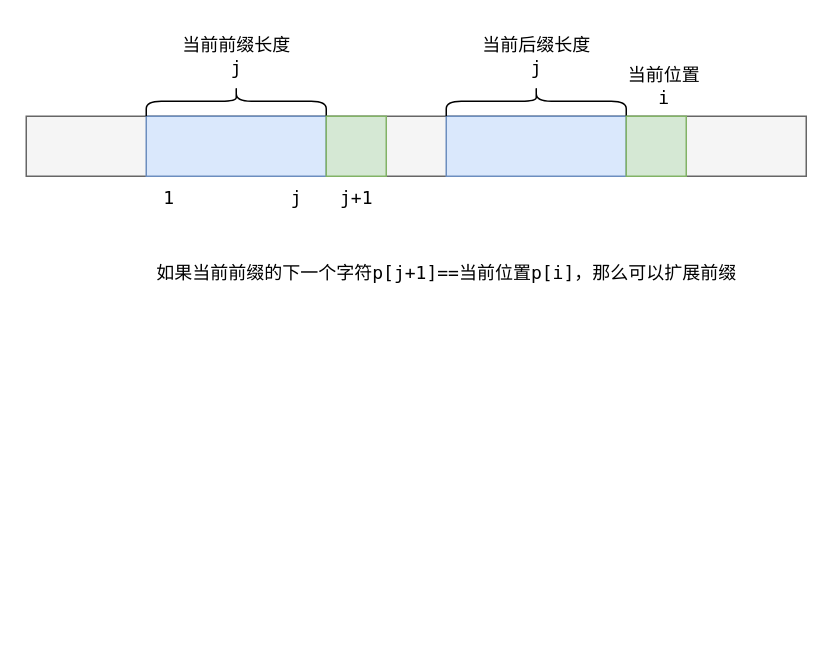
Before: 算法/KMP.drawio in xyshawy/DRAW, a draw.io diagram. Source tidied: cells renumbered, new cells numbered last; positions are measured from the earlier drawing's top-left corner, leaving out a move shared by most shapes. Both pictures are drawn from the tidied source at 150%, with x=0, y=0 at pixel (26, 26).
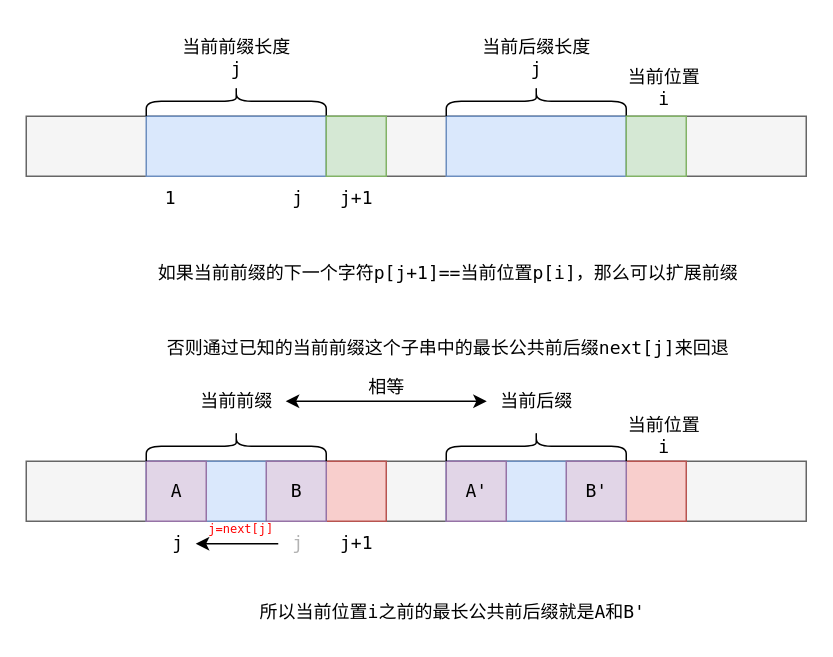
The same page after the edit.

Diff of the diagram source:
```diff
@@
-    <mxCell id="2" style="rounded=0;whiteSpace=wrap;html=1;fillColor=#f5f5f5;fontColor=#333333;strokeColor=#666666;fontFamily=Lucida Console;" parent="1" vertex="1">
+    <mxCell id="2" style="rounded=0;html=1;fillColor=#f5f5f5;fontColor=#333333;strokeColor=#666666;fontFamily=Lucida Console;" parent="1" vertex="1">
       <mxGeometry y="60" width="520" height="40" as="geometry" />
     </mxCell>
-    <mxCell id="3" style="rounded=0;whiteSpace=wrap;html=1;fillColor=#dae8fc;strokeColor=#6c8ebf;fontFamily=Lucida Console;" parent="1" vertex="1">
+    <mxCell id="3" style="rounded=0;html=1;fillColor=#dae8fc;strokeColor=#6c8ebf;fontFamily=Lucida Console;" parent="1" vertex="1">
       <mxGeometry x="80" y="60" width="120" height="40" as="geometry" />
     </mxCell>
-    <mxCell id="4" style="rounded=0;whiteSpace=wrap;html=1;fillColor=#dae8fc;strokeColor=#6c8ebf;fontFamily=Lucida Console;" parent="1" vertex="1">
+    <mxCell id="4" style="rounded=0;html=1;fillColor=#dae8fc;strokeColor=#6c8ebf;fontFamily=Lucida Console;" parent="1" vertex="1">
       <mxGeometry x="280" y="60" width="120" height="40" as="geometry" />
     </mxCell>
     <mxCell id="5" value="当前位置&lt;div&gt;i&lt;/div&gt;" style="text;html=1;align=center;verticalAlign=middle;strokeColor=none;fillColor=none;fontFamily=Lucida Console;" parent="1" vertex="1">
-      <mxGeometry x="390" y="20" width="70" height="40" as="geometry" />
+      <mxGeometry x="392" y="20" width="66" height="41" as="geometry" />
     </mxCell>
-    <mxCell id="6" style="shape=curlyBracket;whiteSpace=wrap;html=1;rounded=1;labelPosition=left;verticalLabelPosition=middle;align=right;verticalAlign=middle;direction=south;fontFamily=Lucida Console;" parent="1" vertex="1">
+    <mxCell id="6" style="shape=curlyBracket;html=1;rounded=1;labelPosition=left;verticalLabelPosition=middle;align=right;verticalAlign=middle;direction=south;fontFamily=Lucida Console;" parent="1" vertex="1">
       <mxGeometry x="80" y="40" width="120" height="20" as="geometry" />
     </mxCell>
-    <mxCell id="7" style="shape=curlyBracket;whiteSpace=wrap;html=1;rounded=1;labelPosition=left;verticalLabelPosition=middle;align=right;verticalAlign=middle;direction=south;fontFamily=Lucida Console;" parent="1" vertex="1">
+    <mxCell id="7" style="shape=curlyBracket;html=1;rounded=1;labelPosition=left;verticalLabelPosition=middle;align=right;verticalAlign=middle;direction=south;fontFamily=Lucida Console;" parent="1" vertex="1">
       <mxGeometry x="280" y="40" width="120" height="20" as="geometry" />
     </mxCell>
     <mxCell id="8" value="当前前缀长度&lt;div&gt;j&lt;/div&gt;" style="text;html=1;align=center;verticalAlign=middle;strokeColor=none;fillColor=none;fontFamily=Lucida Console;" parent="1" vertex="1">
-      <mxGeometry x="90" width="100" height="40" as="geometry" />
+      <mxGeometry x="95" width="90" height="41" as="geometry" />
     </mxCell>
     <mxCell id="9" value="当前后缀长度&lt;div&gt;j&lt;/div&gt;" style="text;html=1;align=center;verticalAlign=middle;strokeColor=none;fillColor=none;fontFamily=Lucida Console;" parent="1" vertex="1">
-      <mxGeometry x="290" width="100" height="40" as="geometry" />
+      <mxGeometry x="295" width="90" height="41" as="geometry" />
     </mxCell>
     <mxCell id="10" value="1" style="text;html=1;align=center;verticalAlign=middle;strokeColor=none;fillColor=none;fontFamily=Lucida Console;" parent="1" vertex="1">
-      <mxGeometry x="80" y="100" width="30" height="30" as="geometry" />
+      <mxGeometry x="83" y="102" width="25" height="26" as="geometry" />
     </mxCell>
     <mxCell id="11" value="j" style="text;html=1;align=center;verticalAlign=middle;strokeColor=none;fillColor=none;fontFamily=Lucida Console;" parent="1" vertex="1">
-      <mxGeometry x="165" y="100" width="30" height="30" as="geometry" />
+      <mxGeometry x="168" y="102" width="25" height="26" as="geometry" />
     </mxCell>
     <mxCell id="12" value="j+1" style="text;html=1;align=center;verticalAlign=middle;strokeColor=none;fillColor=none;fontFamily=Lucida Console;" parent="1" vertex="1">
-      <mxGeometry x="195" y="100" width="50" height="30" as="geometry" />
+      <mxGeometry x="200" y="102" width="40" height="26" as="geometry" />
     </mxCell>
-    <mxCell id="13" style="rounded=0;whiteSpace=wrap;html=1;fillColor=#d5e8d4;strokeColor=#82b366;fontFamily=Lucida Console;" parent="1" vertex="1">
+    <mxCell id="13" style="rounded=0;html=1;fillColor=#d5e8d4;strokeColor=#82b366;fontFamily=Lucida Console;" parent="1" vertex="1">
       <mxGeometry x="200" y="60" width="40" height="40" as="geometry" />
     </mxCell>
-    <mxCell id="14" style="rounded=0;whiteSpace=wrap;html=1;fillColor=#d5e8d4;strokeColor=#82b366;fontFamily=Lucida Console;" parent="1" vertex="1">
+    <mxCell id="14" style="rounded=0;html=1;fillColor=#d5e8d4;strokeColor=#82b366;fontFamily=Lucida Console;" parent="1" vertex="1">
       <mxGeometry x="400" y="60" width="40" height="40" as="geometry" />
     </mxCell>
     <mxCell id="15" value="如果当前前缀的下一个字符p[j+1]==当前位置p[i]，那么可以扩展前缀" style="text;html=1;align=center;verticalAlign=middle;strokeColor=none;fillColor=none;fontFamily=Lucida Console;" parent="1" vertex="1">
-      <mxGeometry x="75" y="150" width="410" height="30" as="geometry" />
+      <mxGeometry x="78" y="152" width="405" height="26" as="geometry" />
     </mxCell>
+    <mxCell id="16" style="rounded=0;html=1;fillColor=#f5f5f5;fontColor=#333333;strokeColor=#666666;fontFamily=Lucida Console;" parent="1" vertex="1">
+      <mxGeometry y="290" width="520" height="40" as="geometry" />
+    </mxCell>
+    <mxCell id="17" style="rounded=0;html=1;fillColor=#dae8fc;strokeColor=#6c8ebf;fontFamily=Lucida Console;" parent="1" vertex="1">
+      <mxGeometry x="80" y="290" width="120" height="40" as="geometry" />
+    </mxCell>
+    <mxCell id="18" style="rounded=0;html=1;fillColor=#dae8fc;strokeColor=#6c8ebf;fontFamily=Lucida Console;" parent="1" vertex="1">
+      <mxGeometry x="280" y="290" width="120" height="40" as="geometry" />
+    </mxCell>
+    <mxCell id="19" style="rounded=0;html=1;fillColor=#f8cecc;strokeColor=#b85450;fontFamily=Lucida Console;" parent="1" vertex="1">
+      <mxGeometry x="200" y="290" width="40" height="40" as="geometry" />
+    </mxCell>
+    <mxCell id="20" style="rounded=0;html=1;fillColor=#f8cecc;strokeColor=#b85450;fontFamily=Lucida Console;" parent="1" vertex="1">
+      <mxGeometry x="400" y="290" width="40" height="40" as="geometry" />
+    </mxCell>
+    <mxCell id="21" value="当前位置&lt;div&gt;i&lt;/div&gt;" style="text;html=1;align=center;verticalAlign=middle;strokeColor=none;fillColor=none;fontFamily=Lucida Console;" parent="1" vertex="1">
+      <mxGeometry x="392" y="252" width="66" height="41" as="geometry" />
+    </mxCell>
+    <mxCell id="22" style="edgeStyle=orthogonalEdgeStyle;rounded=0;jettySize=auto;html=1;fontFamily=Lucida Console;" parent="1" edge="1" source="23" target="31">
+      <mxGeometry relative="1" as="geometry" />
+    </mxCell>
+    <mxCell id="23" value="j" style="text;html=1;align=center;verticalAlign=middle;points=[];strokeColor=none;fillColor=none;fontFamily=Lucida Console;fontColor=#B3B3B3;" parent="1" vertex="1">
+      <mxGeometry x="168" y="332" width="25" height="26" as="geometry" />
+    </mxCell>
+    <mxCell id="24" value="j+1" style="text;html=1;align=center;verticalAlign=middle;strokeColor=none;fillColor=none;fontFamily=Lucida Console;" parent="1" vertex="1">
+      <mxGeometry x="200" y="332" width="40" height="26" as="geometry" />
+    </mxCell>
+    <mxCell id="25" value="B" style="rounded=0;html=1;fillColor=#e1d5e7;strokeColor=#9673a6;fontFamily=Lucida Console;" parent="1" vertex="1">
+      <mxGeometry x="160" y="290" width="40" height="40" as="geometry" />
+    </mxCell>
+    <mxCell id="26" value="A" style="rounded=0;html=1;fillColor=#e1d5e7;strokeColor=#9673a6;fontFamily=Lucida Console;" parent="1" vertex="1">
+      <mxGeometry x="80" y="290" width="40" height="40" as="geometry" />
+    </mxCell>
+    <mxCell id="27" style="shape=curlyBracket;html=1;rounded=1;labelPosition=left;verticalLabelPosition=middle;align=right;verticalAlign=middle;direction=south;fontFamily=Lucida Console;" parent="1" vertex="1">
+      <mxGeometry x="80" y="270" width="120" height="20" as="geometry" />
+    </mxCell>
+    <mxCell id="28" style="rounded=0;jettySize=auto;html=1;startArrow=classic;startFill=1;" parent="1" edge="1" source="29" target="37">
+      <mxGeometry relative="1" as="geometry" />
+    </mxCell>
+    <mxCell id="29" value="当前前缀" style="text;html=1;align=center;verticalAlign=middle;points=[];strokeColor=none;fillColor=none;fontFamily=Lucida Console;" parent="1" vertex="1">
+      <mxGeometry x="107" y="237" width="66" height="26" as="geometry" />
+    </mxCell>
+    <mxCell id="30" value="否则通过已知的当前前缀这个子串中的最长公共前后缀next[j]来回退" style="text;html=1;align=center;verticalAlign=middle;strokeColor=none;fillColor=none;fontFamily=Lucida Console;" parent="1" vertex="1">
+      <mxGeometry x="85" y="202" width="392" height="26" as="geometry" />
+    </mxCell>
+    <mxCell id="31" value="j" style="text;html=1;align=center;verticalAlign=middle;points=[];strokeColor=none;fillColor=none;fontFamily=Lucida Console;" parent="1" vertex="1">
+      <mxGeometry x="88" y="332" width="25" height="26" as="geometry" />
+    </mxCell>
+    <mxCell id="32" value="&lt;font style=&quot;font-size: 8px;&quot; color=&quot;#ff0000&quot;&gt;j=next[j]&lt;/font&gt;" style="text;html=1;align=center;verticalAlign=middle;strokeColor=none;fillColor=none;fontFamily=Lucida Console;" parent="1" vertex="1">
+      <mxGeometry x="112" y="321" width="61" height="26" as="geometry" />
+    </mxCell>
+    <mxCell id="33" value="A'" style="rounded=0;html=1;fillColor=#e1d5e7;strokeColor=#9673a6;fontFamily=Lucida Console;" parent="1" vertex="1">
+      <mxGeometry x="280" y="290" width="40" height="40" as="geometry" />
+    </mxCell>
+    <mxCell id="34" value="B'" style="rounded=0;html=1;fillColor=#e1d5e7;strokeColor=#9673a6;fontFamily=Lucida Console;" parent="1" vertex="1">
+      <mxGeometry x="360" y="290" width="40" height="40" as="geometry" />
+    </mxCell>
+    <mxCell id="35" value="所以当前位置i之前的最长公共前后缀就是A和B'" style="text;html=1;align=center;verticalAlign=middle;strokeColor=none;fillColor=none;fontFamily=Lucida Console;" parent="1" vertex="1">
+      <mxGeometry x="146" y="378" width="275" height="26" as="geometry" />
+    </mxCell>
+    <mxCell id="36" style="shape=curlyBracket;html=1;rounded=1;labelPosition=left;verticalLabelPosition=middle;align=right;verticalAlign=middle;direction=south;fontFamily=Lucida Console;" parent="1" vertex="1">
+      <mxGeometry x="280" y="270" width="120" height="20" as="geometry" />
+    </mxCell>
+    <mxCell id="37" value="当前后缀" style="text;html=1;align=center;verticalAlign=middle;points=[];strokeColor=none;fillColor=none;fontFamily=Lucida Console;" parent="1" vertex="1">
+      <mxGeometry x="307" y="237" width="66" height="26" as="geometry" />
+    </mxCell>
+    <mxCell id="38" value="相等" style="text;html=1;align=center;verticalAlign=middle;strokeColor=none;fillColor=none;fontFamily=Lucida Console;" parent="1" vertex="1">
+      <mxGeometry x="219" y="228" width="42" height="26" as="geometry" />
+    </mxCell>
```
